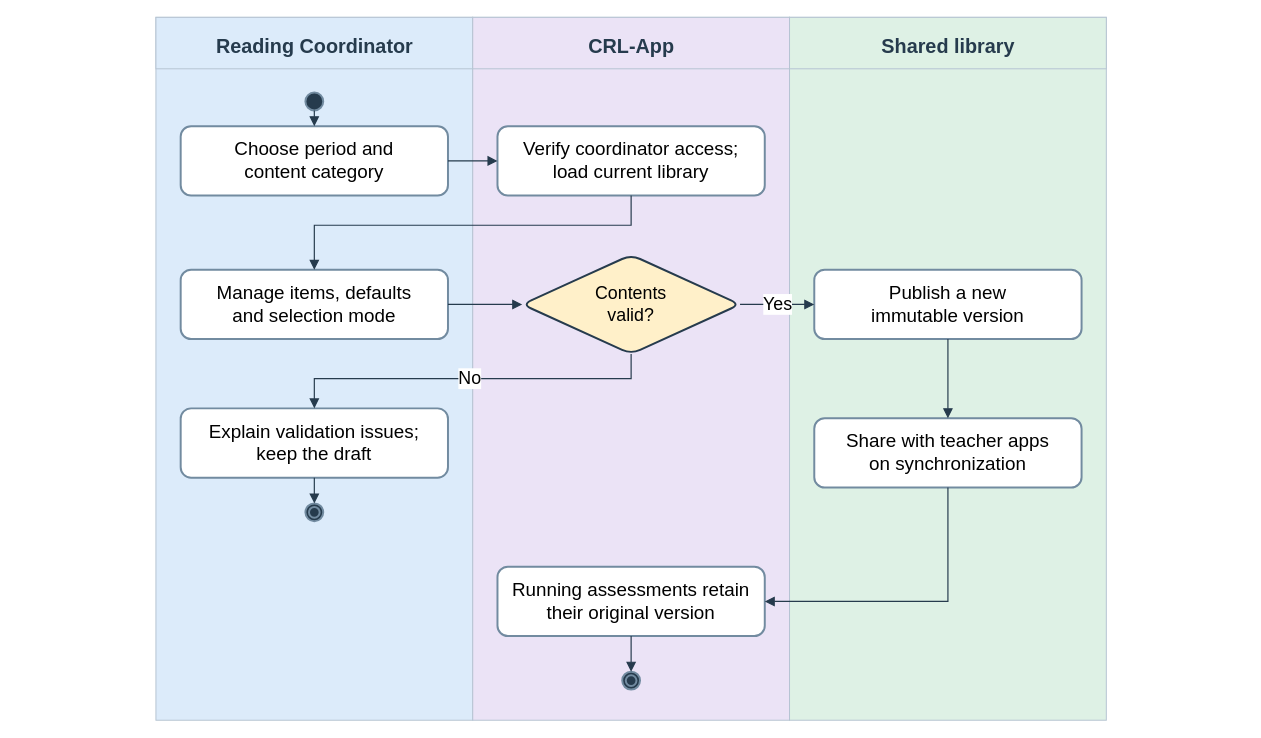
This is docs/diagrams/class-workspaces/figure-17-content-management.drawio from AkuSayangKamuJudaSayang/crl-app, a draw.io file, before an edit. Source tidied: cells renumbered, new cells numbered last; positions are measured from the earlier drawing's top-left corner, leaving out a move shared by most shapes. Both pictures are drawn from the tidied source at 99%, with x=0, y=0 at pixel (17, 17).
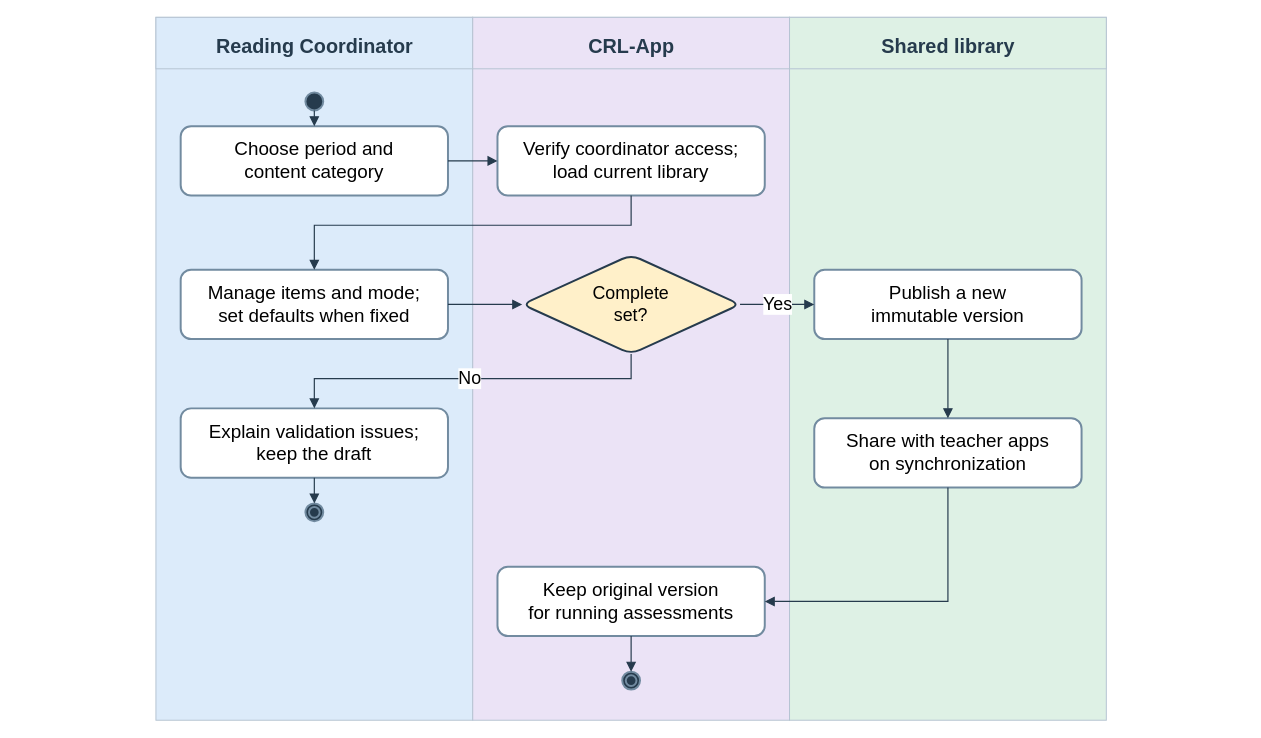
The same diagram, later.

Change to the diagram source:
```diff
@@
-    <mxCell id="14" value="Manage items, defaults&lt;br&gt;and selection mode" style="rounded=1;whiteSpace=wrap;html=1;fontFamily=Arial;fillColor=#ffffff;strokeColor=#728ba0;strokeWidth=2;fontSize=19;" parent="1" vertex="1">
+    <mxCell id="14" value="Manage items and mode;&lt;br&gt;set defaults when fixed" style="rounded=1;whiteSpace=wrap;html=1;fontFamily=Arial;fillColor=#ffffff;strokeColor=#728ba0;strokeWidth=2;fontSize=19;" parent="1" vertex="1">
       <mxGeometry x="165" y="255" width="270" height="70" as="geometry" />
     </mxCell>
-    <mxCell id="15" value="Contents&lt;br&gt;valid?" style="rounded=1;whiteSpace=wrap;html=1;fontFamily=Arial;fillColor=#ffffff;strokeColor=#728ba0;strokeWidth=2;fontSize=19;shape=rhombus;strokeColor=#263b4d;fillColor=#fff0c9;fontSize=18;" parent="1" vertex="1">
+    <mxCell id="15" value="Complete&lt;br&gt;set?" style="rounded=1;whiteSpace=wrap;html=1;fontFamily=Arial;fillColor=#ffffff;strokeColor=#728ba0;strokeWidth=2;fontSize=19;shape=rhombus;strokeColor=#263b4d;fillColor=#fff0c9;fontSize=18;" parent="1" vertex="1">
       <mxGeometry x="510" y="240" width="220" height="100" as="geometry" />
     </mxCell>
@@
-    <mxCell id="20" value="Running assessments retain&lt;br&gt;their original version" style="rounded=1;whiteSpace=wrap;html=1;fontFamily=Arial;fillColor=#ffffff;strokeColor=#728ba0;strokeWidth=2;fontSize=19;" parent="1" vertex="1">
+    <mxCell id="20" value="Keep original version&lt;br&gt;for running assessments" style="rounded=1;whiteSpace=wrap;html=1;fontFamily=Arial;fillColor=#ffffff;strokeColor=#728ba0;strokeWidth=2;fontSize=19;" parent="1" vertex="1">
       <mxGeometry x="485" y="555" width="270" height="70" as="geometry" />
     </mxCell>
```
